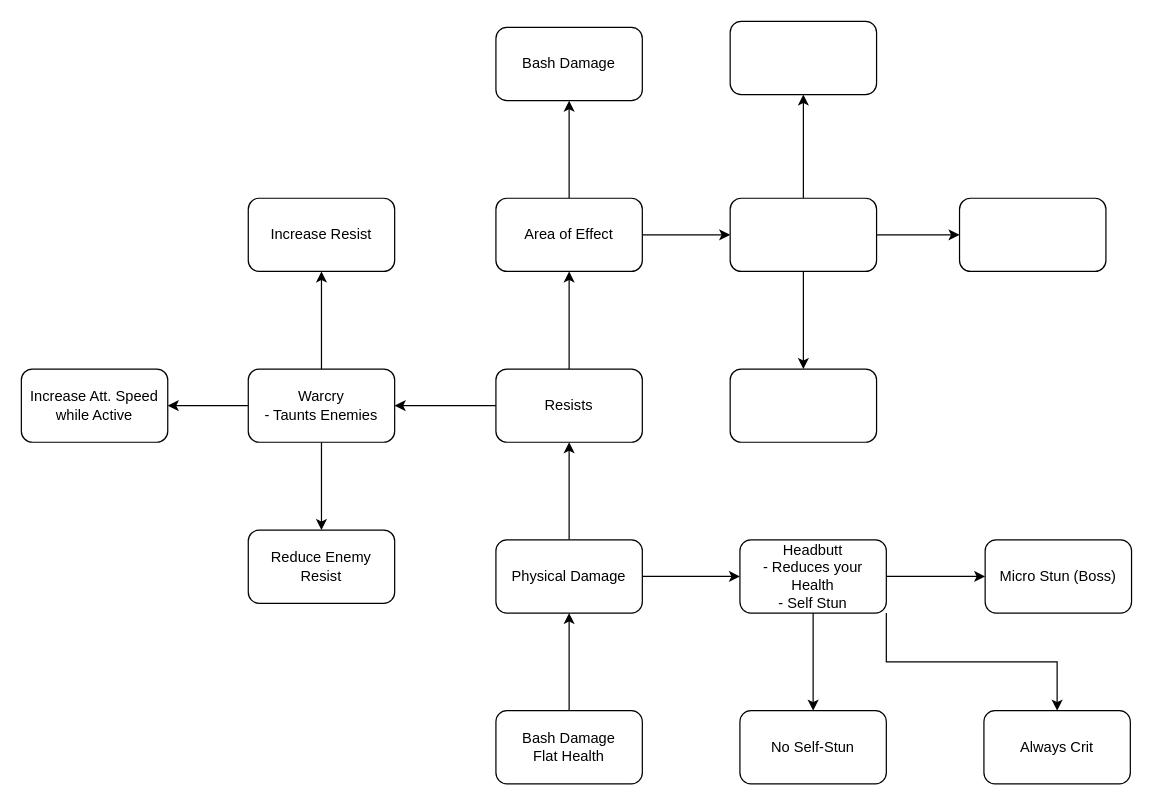
Earlier version of the draw.io diagram page "Bully" (5 of 21) of Docs/SkillTree.drawio (LeVieuxSinge/RoguelikeGame). Source tidied: cells renumbered, new cells numbered last; positions are measured from the earlier drawing's top-left corner, leaving out a move shared by most shapes. Both pictures are drawn from the tidied source at 122%, with x=0, y=0 at pixel (21, 21).
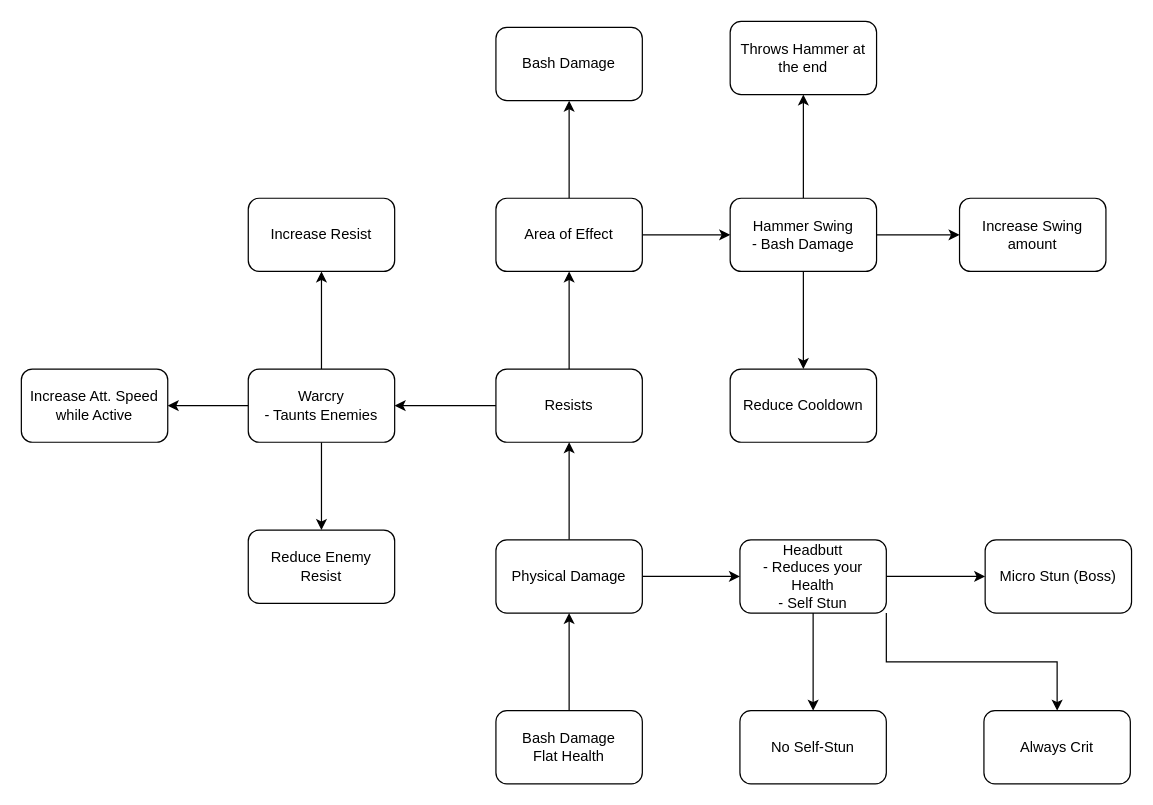
The same diagram, later.

Diff of the diagram source:
```diff
@@
-    <mxCell id="17" style="rounded=1;whiteSpace=wrap;html=1;" parent="1" vertex="1">
+    <mxCell id="17" value="Hammer Swing&lt;br&gt;- Bash Damage" style="rounded=1;whiteSpace=wrap;html=1;" parent="1" vertex="1">
       <mxGeometry x="581" y="145" width="120" height="60" as="geometry" />
     </mxCell>
@@
-    <mxCell id="29" style="rounded=1;whiteSpace=wrap;html=1;" parent="1" vertex="1">
+    <mxCell id="29" value="Increase Swing amount" style="rounded=1;whiteSpace=wrap;html=1;" parent="1" vertex="1">
       <mxGeometry x="769" y="145" width="120" height="60" as="geometry" />
     </mxCell>
-    <mxCell id="30" style="rounded=1;whiteSpace=wrap;html=1;" parent="1" vertex="1">
+    <mxCell id="30" value="Throws Hammer at the end" style="rounded=1;whiteSpace=wrap;html=1;" parent="1" vertex="1">
       <mxGeometry x="581" width="120" height="60" as="geometry" />
     </mxCell>
-    <mxCell id="31" style="rounded=1;whiteSpace=wrap;html=1;" parent="1" vertex="1">
+    <mxCell id="31" value="Reduce Cooldown" style="rounded=1;whiteSpace=wrap;html=1;" parent="1" vertex="1">
       <mxGeometry x="581" y="285" width="120" height="60" as="geometry" />
     </mxCell>
```
